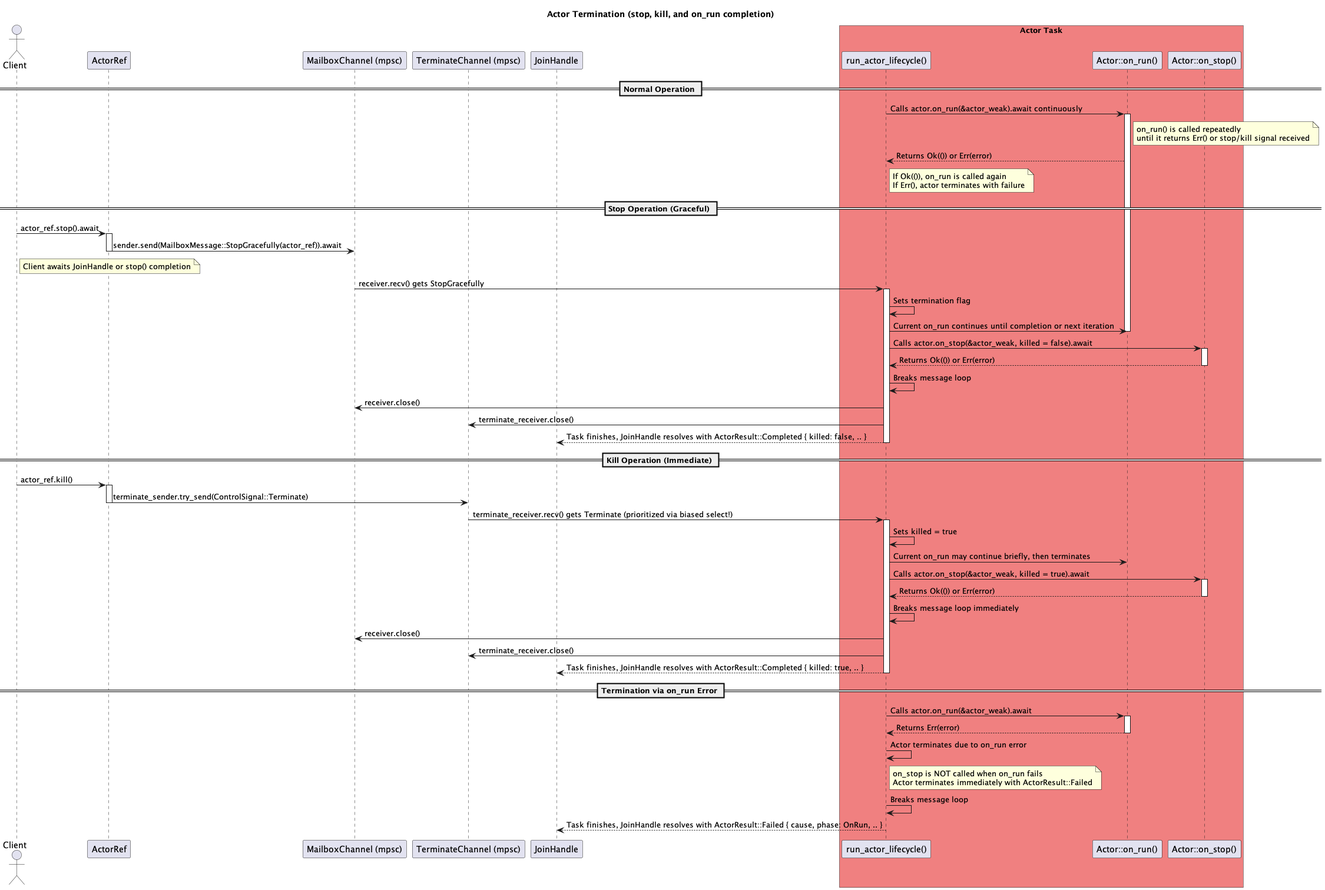
This is docs/Actor Termination.png from hiking90/rsactor, a PlantUML export, as it was before one commit.
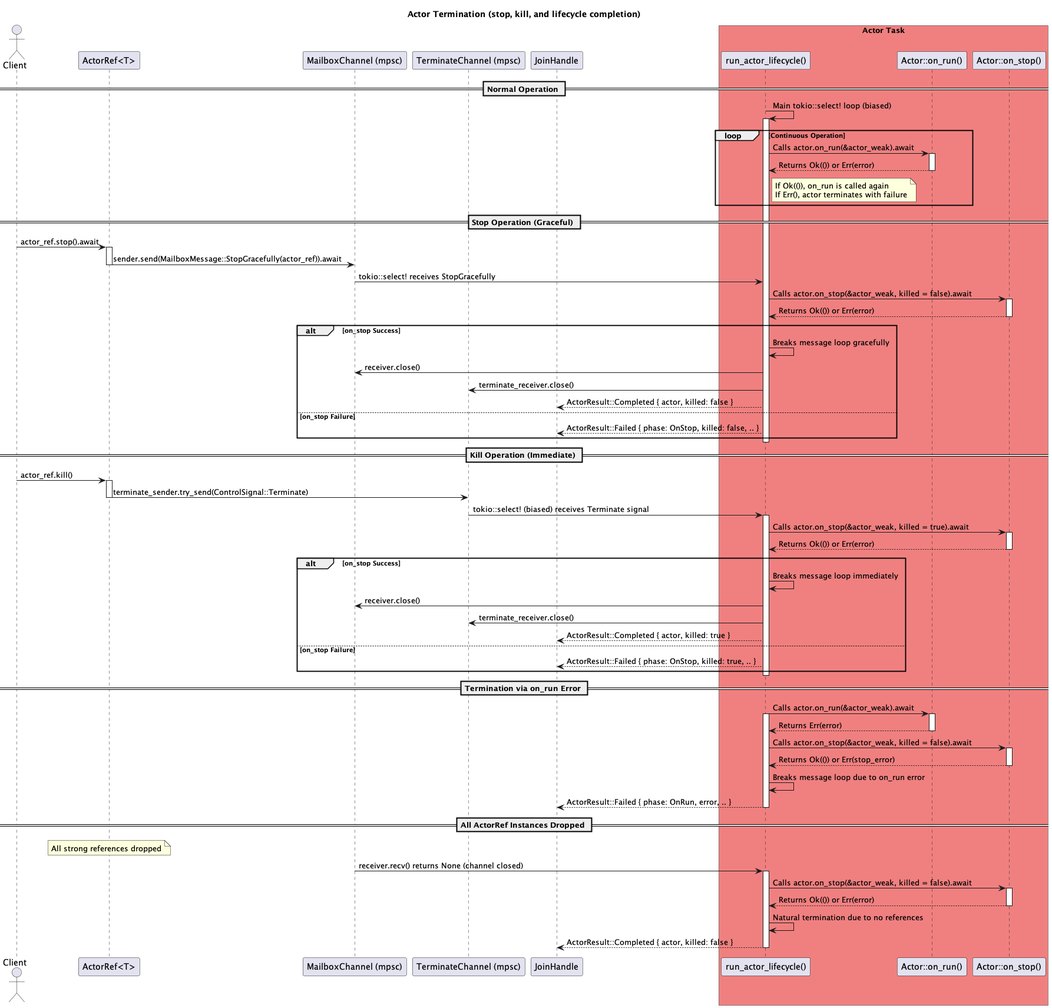
After the change.

The edit, as a diff of the source:
```diff
@@ -1,8 +1,8 @@
 @startuml Actor Termination
-title Actor Termination (stop, kill, and on_run completion)
+title Actor Termination (stop, kill, and lifecycle completion)
 
 actor Client
-participant "ActorRef" as ActorRef_obj
+participant "ActorRef<T>" as ActorRef_obj
 participant "MailboxChannel (mpsc)" as MailboxChannel
 participant "TerminateChannel (mpsc)" as TerminateChannel
 participant "run_actor_lifecycle()" as Lifecycle
@@ -17,32 +17,36 @@
 end box
 
 == Normal Operation ==
-Lifecycle -> on_run_method: Calls actor.on_run(&actor_weak).await continuously
-activate on_run_method
-note right of on_run_method: on_run() is called repeatedly\nuntil it returns Err() or stop/kill signal received
-on_run_method --> Lifecycle: Returns Ok(()) or Err(error)
-note right of Lifecycle: If Ok(()), on_run is called again\nIf Err(), actor terminates with failure
+Lifecycle -> Lifecycle: Main tokio::select! loop (biased)
+activate Lifecycle
+loop Continuous Operation
+  Lifecycle -> on_run_method: Calls actor.on_run(&actor_weak).await
+  activate on_run_method
+  on_run_method --> Lifecycle: Returns Ok(()) or Err(error)
+  deactivate on_run_method
+  note right of Lifecycle: If Ok(()), on_run is called again\nIf Err(), actor terminates with failure
+end
 
 == Stop Operation (Graceful) ==
 Client -> ActorRef_obj: actor_ref.stop().await
 activate ActorRef_obj
 ActorRef_obj -> MailboxChannel: sender.send(MailboxMessage::StopGracefully(actor_ref)).await
 deactivate ActorRef_obj
-note right of Client: Client awaits JoinHandle or stop() completion
 
-MailboxChannel -> Lifecycle: receiver.recv() gets StopGracefully
-activate Lifecycle
-Lifecycle -> Lifecycle: Sets termination flag
-Lifecycle -> on_run_method: Current on_run continues until completion or next iteration
-deactivate on_run_method
+MailboxChannel -> Lifecycle: tokio::select! receives StopGracefully
 Lifecycle -> on_stop_method: Calls actor.on_stop(&actor_weak, killed = false).await
 activate on_stop_method
 on_stop_method --> Lifecycle: Returns Ok(()) or Err(error)
 deactivate on_stop_method
-Lifecycle -> Lifecycle: Breaks message loop
-Lifecycle -> MailboxChannel: receiver.close()
-Lifecycle -> TerminateChannel: terminate_receiver.close()
-Lifecycle --> JoinHandle_obj: Task finishes, JoinHandle resolves with ActorResult::Completed { killed: false, .. }
+
+alt on_stop Success
+  Lifecycle -> Lifecycle: Breaks message loop gracefully
+  Lifecycle -> MailboxChannel: receiver.close()
+  Lifecycle -> TerminateChannel: terminate_receiver.close()
+  Lifecycle --> JoinHandle_obj: ActorResult::Completed { actor, killed: false }
+else on_stop Failure
+  Lifecycle --> JoinHandle_obj: ActorResult::Failed { phase: OnStop, killed: false, .. }
+end
 deactivate Lifecycle
 
 == Kill Operation (Immediate) ==
@@ -51,30 +55,49 @@
 ActorRef_obj -> TerminateChannel: terminate_sender.try_send(ControlSignal::Terminate)
 deactivate ActorRef_obj
 
-TerminateChannel -> Lifecycle: terminate_receiver.recv() gets Terminate (prioritized via biased select!)
+TerminateChannel -> Lifecycle: tokio::select! (biased) receives Terminate signal
 activate Lifecycle
-Lifecycle -> Lifecycle: Sets killed = true
-Lifecycle -> on_run_method: Current on_run may continue briefly, then terminates
-deactivate on_run_method
 Lifecycle -> on_stop_method: Calls actor.on_stop(&actor_weak, killed = true).await
 activate on_stop_method
 on_stop_method --> Lifecycle: Returns Ok(()) or Err(error)
 deactivate on_stop_method
-Lifecycle -> Lifecycle: Breaks message loop immediately
-Lifecycle -> MailboxChannel: receiver.close()
-Lifecycle -> TerminateChannel: terminate_receiver.close()
-Lifecycle --> JoinHandle_obj: Task finishes, JoinHandle resolves with ActorResult::Completed { killed: true, .. }
+
+alt on_stop Success
+  Lifecycle -> Lifecycle: Breaks message loop immediately
+  Lifecycle -> MailboxChannel: receiver.close()
+  Lifecycle -> TerminateChannel: terminate_receiver.close()
+  Lifecycle --> JoinHandle_obj: ActorResult::Completed { actor, killed: true }
+else on_stop Failure
+  Lifecycle --> JoinHandle_obj: ActorResult::Failed { phase: OnStop, killed: true, .. }
+end
 deactivate Lifecycle
 
 == Termination via on_run Error ==
 Lifecycle -> on_run_method: Calls actor.on_run(&actor_weak).await
+activate Lifecycle
 activate on_run_method
 on_run_method --> Lifecycle: Returns Err(error)
 deactivate on_run_method
-Lifecycle -> Lifecycle: Actor terminates due to on_run error
-note right of Lifecycle: on_stop is NOT called when on_run fails\nActor terminates immediately with ActorResult::Failed
-Lifecycle -> Lifecycle: Breaks message loop
-Lifecycle --> JoinHandle_obj: Task finishes, JoinHandle resolves with ActorResult::Failed { cause, phase: OnRun, .. }
+
+Lifecycle -> on_stop_method: Calls actor.on_stop(&actor_weak, killed = false).await
+activate on_stop_method
+on_stop_method --> Lifecycle: Returns Ok(()) or Err(stop_error)
+deactivate on_stop_method
+
+Lifecycle -> Lifecycle: Breaks message loop due to on_run error
+Lifecycle --> JoinHandle_obj: ActorResult::Failed { phase: OnRun, error, .. }
+deactivate Lifecycle
+
+== All ActorRef Instances Dropped ==
+note over ActorRef_obj: All strong references dropped
+MailboxChannel -> Lifecycle: receiver.recv() returns None (channel closed)
+activate Lifecycle
+Lifecycle -> on_stop_method: Calls actor.on_stop(&actor_weak, killed = false).await
+activate on_stop_method
+on_stop_method --> Lifecycle: Returns Ok(()) or Err(error)
+deactivate on_stop_method
+Lifecycle -> Lifecycle: Natural termination due to no references
+Lifecycle --> JoinHandle_obj: ActorResult::Completed { actor, killed: false }
 deactivate Lifecycle
 
 @enduml
```
